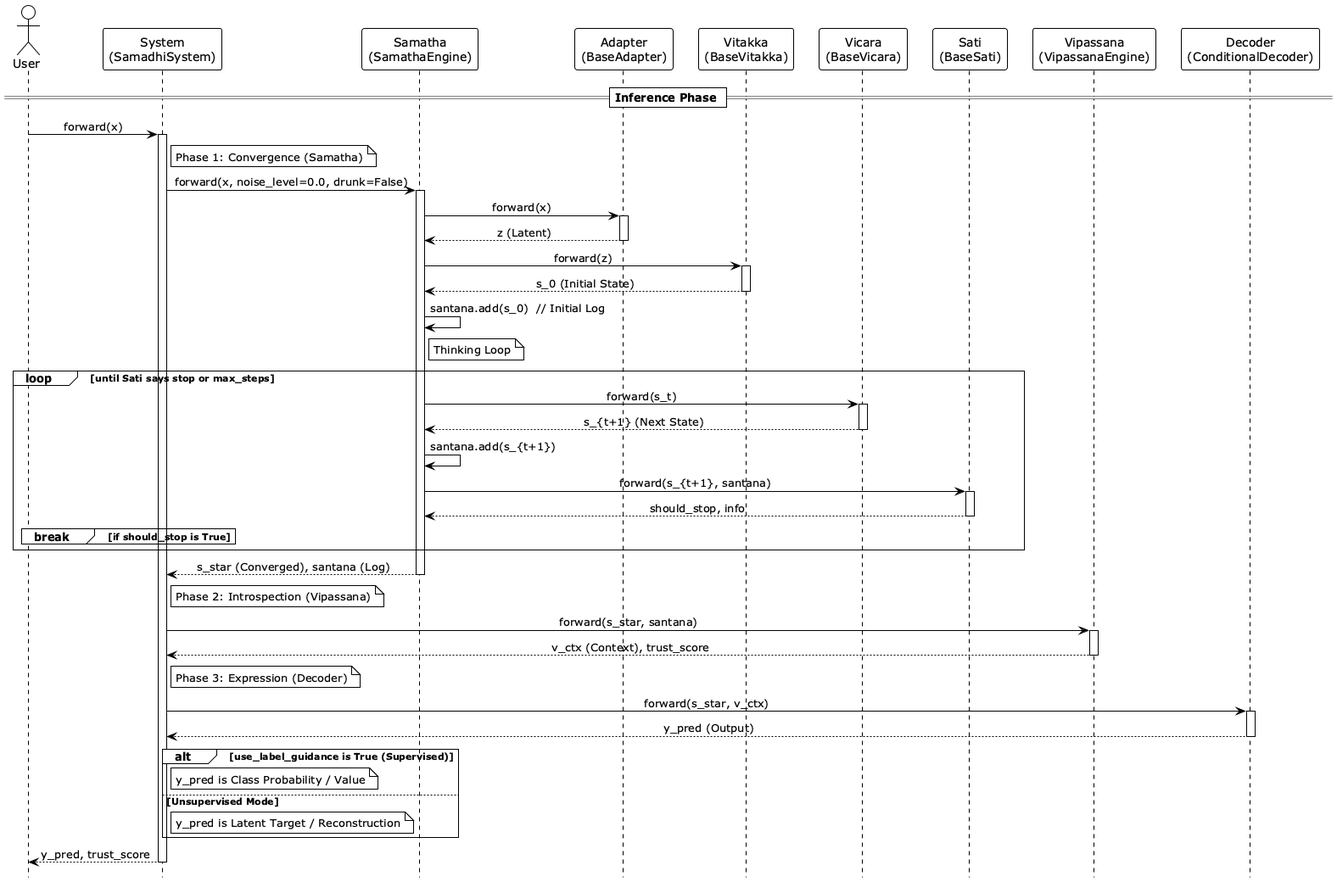
Above: docs/diagrams/images/v4_sequence_diagram_inference.png in tamatebox/satipatthana-framework (PlantUML), before the change.
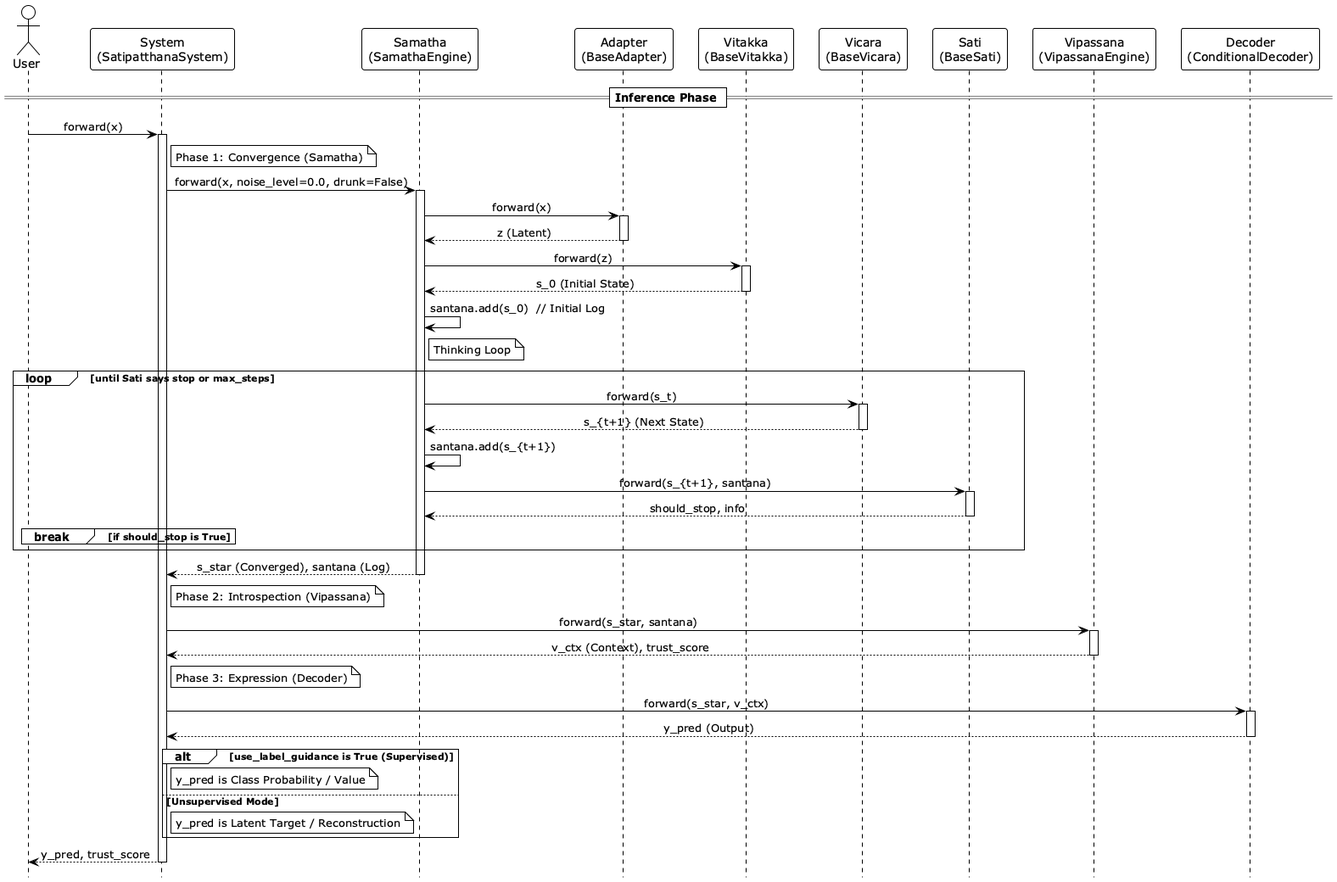
Above is the later version.

The edit, as a diff of the source:
```diff
@@ -4,7 +4,7 @@
 skinparam sequenceMessageAlign center
 
 actor User
-participant "System\n(SamadhiSystem)" as System
+participant "System\n(SatipatthanaSystem)" as System
 participant "Samatha\n(SamathaEngine)" as Samatha
 participant "Adapter\n(BaseAdapter)" as Adapter
 participant "Vitakka\n(BaseVitakka)" as Vitakka
```
